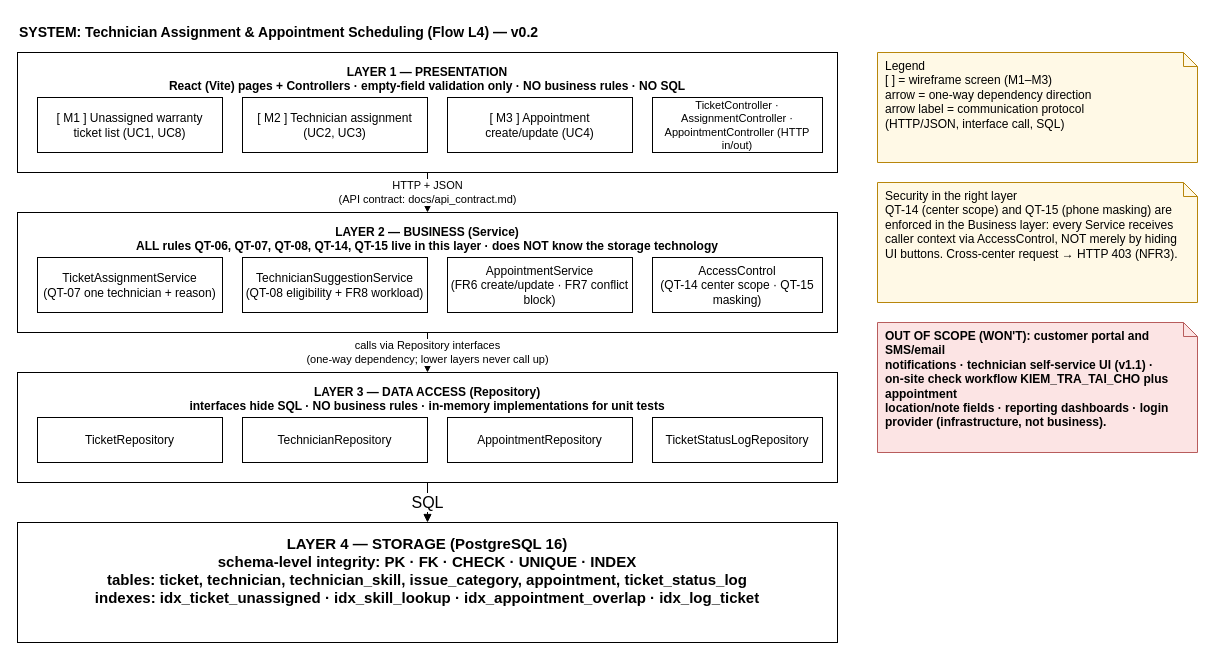
Above: docs/architecture_l4_en.drawio in RASPHONE/cdtn1-rasphonesamphanthamith-l4 (draw.io), before the change. Source tidied: cells renumbered, new cells numbered last; positions are measured from the earlier drawing's top-left corner, leaving out a move shared by most shapes. Both pictures are drawn from the tidied source at 100%, with x=0, y=0 at pixel (17, 17).
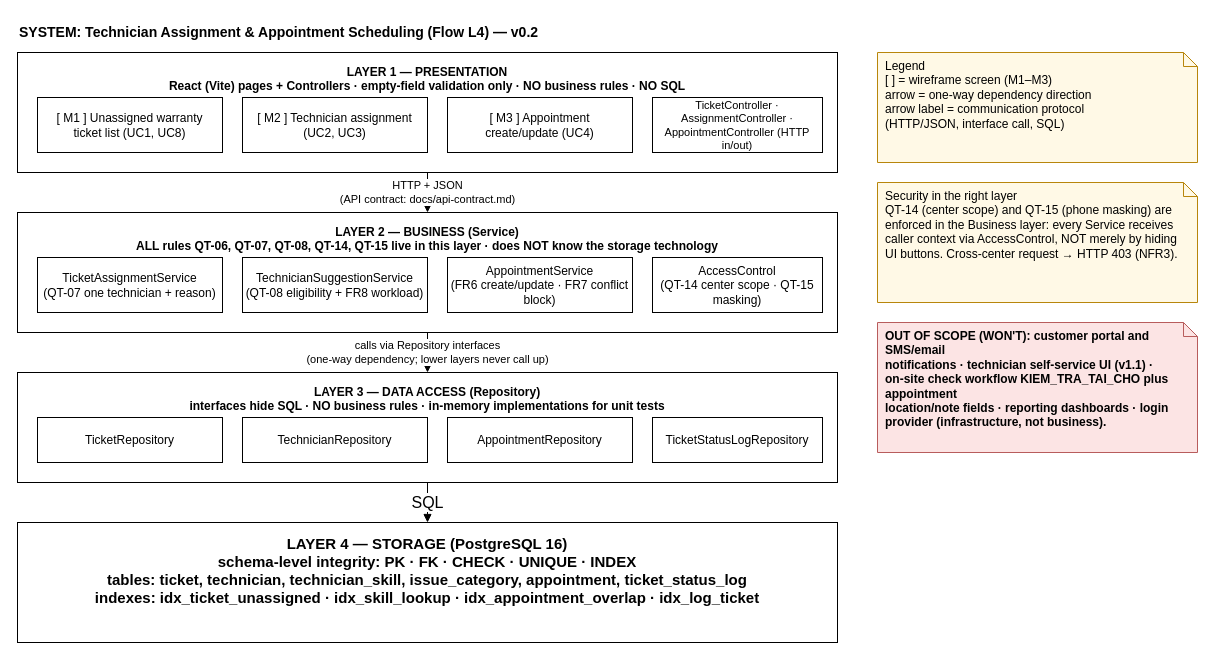
Above is the later version.

Unchanged cells that the change refers to:
```xml
<mxCell id="3" value="LAYER 1 — PRESENTATION&#10;React (Vite) pages + Controllers · empty-field validation only · NO business rules · NO SQL" style="rounded=0;whiteSpace=wrap;html=1;fillColor=none;strokeColor=#000000;verticalAlign=top;fontStyle=1;fontSize=12;spacingTop=6;" parent="1" vertex="1">
  <mxGeometry y="35" width="820" height="120" as="geometry" />
</mxCell>
<mxCell id="8" value="LAYER 2 — BUSINESS (Service)&#10;ALL rules QT-06, QT-07, QT-08, QT-14, QT-15 live in this layer · does NOT know the storage technology" style="rounded=0;whiteSpace=wrap;html=1;fillColor=none;strokeColor=#000000;verticalAlign=top;fontStyle=1;fontSize=12;spacingTop=6;" parent="1" vertex="1">
  <mxGeometry y="195" width="820" height="120" as="geometry" />
</mxCell>
```

What changed in the source:
```diff
@@
-    <mxCell id="19" value="HTTP + JSON&#10;(API contract: docs/api_contract.md)" style="endArrow=block;endFill=1;html=1;fontSize=11;" parent="1" edge="1" source="3" target="8">
+    <mxCell id="19" value="HTTP + JSON&#10;(API contract: docs/api-contract.md)" style="endArrow=block;endFill=1;html=1;fontSize=11;" parent="1" edge="1" source="3" target="8">
       <mxGeometry relative="1" as="geometry" />
     </mxCell>
```
